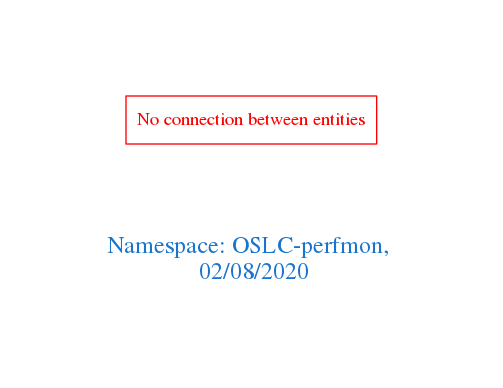
The Graphviz diagram downloads/OSLC-perfmon.png in arago/OGIT, before a commit. Its source is kept beside it as downloads/OSLC-perfmon.dot.
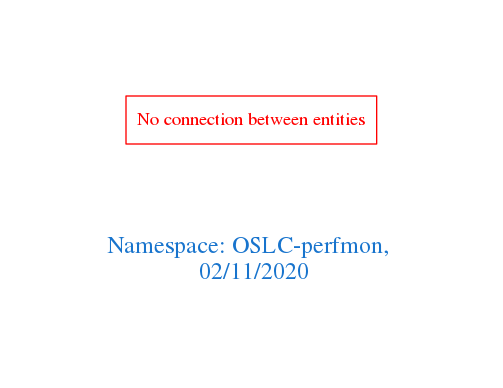
The same file after the commit.

Change to the diagram source:
```diff
@@ -1,7 +1,7 @@
 digraph OGIT_ontology {
  graph [ rankdir= LR,pad=1
 fontsize = 18,
-fontcolor= dodgerblue3,label = "\n\n\nNamespace: OSLC-perfmon, \n 02/08/2020"];
+fontcolor= dodgerblue3,label = "\n\n\nNamespace: OSLC-perfmon, \n 02/11/2020"];
 node[shape=polygon];
 edge [  color="gray81"];
 
```
